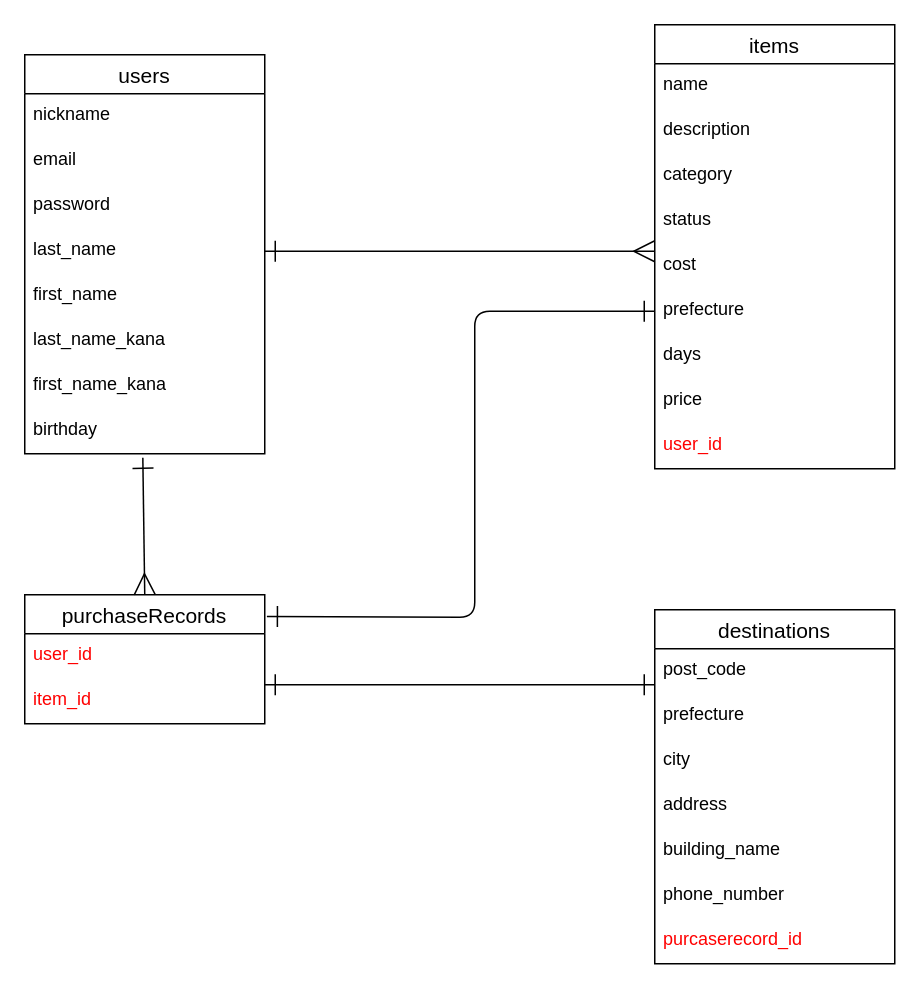
mizupi/furima-37438 keeps this draw.io diagram as er_image.dio. Above is the earlier version. Source tidied: cells renumbered, new cells numbered last; positions are measured from the earlier drawing's top-left corner, leaving out a move shared by most shapes. Both pictures are drawn from the tidied source at 150%, with x=0, y=0 at pixel (24, 24).
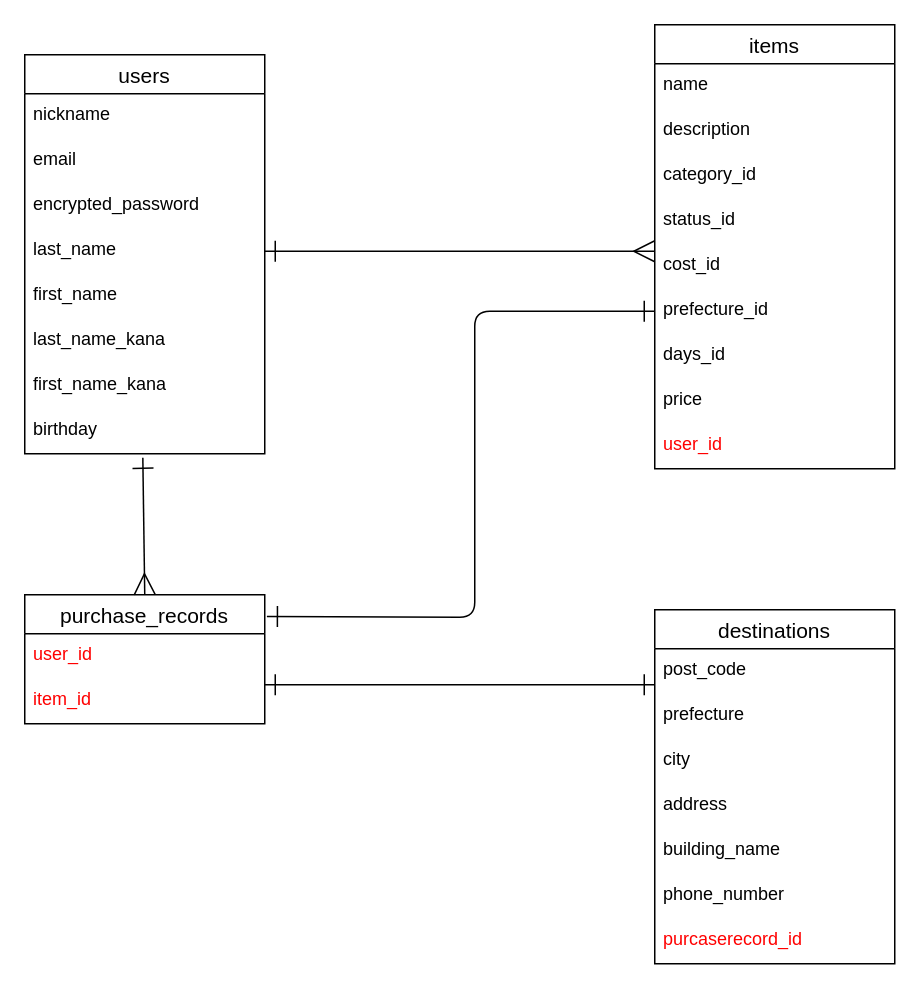
The same page after the edit.

Unchanged cells that the change refers to:
```xml
<mxCell id="2" value="users" style="swimlane;fontStyle=0;horizontal=1;startSize=26;align=center;fontSize=14;" parent="1" vertex="1">
  <mxGeometry y="20" width="160" height="266" as="geometry" />
</mxCell>
<mxCell id="11" value="items" style="swimlane;fontStyle=0;horizontal=1;startSize=26;align=center;fontSize=14;" parent="1" vertex="1">
  <mxGeometry x="420" width="160" height="296" as="geometry" />
</mxCell>
```

Diff of the diagram source:
```diff
@@
-    <mxCell id="5" value="password" style="text;strokeColor=none;fillColor=none;spacingLeft=4;spacingRight=4;overflow=hidden;fontSize=12;" parent="2" vertex="1">
+    <mxCell id="5" value="encrypted_password" style="text;strokeColor=none;fillColor=none;spacingLeft=4;spacingRight=4;overflow=hidden;fontSize=12;" parent="2" vertex="1">
       <mxGeometry y="86" width="160" height="30" as="geometry" />
     </mxCell>
@@
-    <mxCell id="14" value="category" style="text;strokeColor=none;fillColor=none;spacingLeft=4;spacingRight=4;overflow=hidden;fontSize=12;" parent="11" vertex="1">
+    <mxCell id="14" value="category_id" style="text;strokeColor=none;fillColor=none;spacingLeft=4;spacingRight=4;overflow=hidden;fontSize=12;" parent="11" vertex="1">
       <mxGeometry y="86" width="160" height="30" as="geometry" />
     </mxCell>
-    <mxCell id="15" value="status" style="text;strokeColor=none;fillColor=none;spacingLeft=4;spacingRight=4;overflow=hidden;fontSize=12;" parent="11" vertex="1">
+    <mxCell id="15" value="status_id" style="text;strokeColor=none;fillColor=none;spacingLeft=4;spacingRight=4;overflow=hidden;fontSize=12;" parent="11" vertex="1">
       <mxGeometry y="116" width="160" height="30" as="geometry" />
     </mxCell>
-    <mxCell id="16" value="cost" style="text;strokeColor=none;fillColor=none;spacingLeft=4;spacingRight=4;overflow=hidden;points=[[0,0.5],[1,0.5]];portConstraint=eastwest;fontSize=12;" parent="11" vertex="1">
+    <mxCell id="16" value="cost_id" style="text;strokeColor=none;fillColor=none;spacingLeft=4;spacingRight=4;overflow=hidden;points=[[0,0.5],[1,0.5]];portConstraint=eastwest;fontSize=12;" parent="11" vertex="1">
       <mxGeometry y="146" width="160" height="30" as="geometry" />
     </mxCell>
-    <mxCell id="17" value="prefecture" style="text;strokeColor=none;fillColor=none;spacingLeft=4;spacingRight=4;overflow=hidden;points=[[0,0.5],[1,0.5]];portConstraint=eastwest;fontSize=12;" parent="11" vertex="1">
+    <mxCell id="17" value="prefecture_id" style="text;strokeColor=none;fillColor=none;spacingLeft=4;spacingRight=4;overflow=hidden;points=[[0,0.5],[1,0.5]];portConstraint=eastwest;fontSize=12;" parent="11" vertex="1">
       <mxGeometry y="176" width="160" height="30" as="geometry" />
     </mxCell>
-    <mxCell id="18" value="days" style="text;strokeColor=none;fillColor=none;spacingLeft=4;spacingRight=4;overflow=hidden;fontSize=12;" parent="11" vertex="1">
+    <mxCell id="18" value="days_id" style="text;strokeColor=none;fillColor=none;spacingLeft=4;spacingRight=4;overflow=hidden;fontSize=12;" parent="11" vertex="1">
       <mxGeometry y="206" width="160" height="30" as="geometry" />
     </mxCell>
@@
-    <mxCell id="21" value="purchaseRecords" style="swimlane;fontStyle=0;horizontal=1;startSize=26;align=center;fontSize=14;fontColor=default;" parent="1" vertex="1">
+    <mxCell id="21" value="purchase_records" style="swimlane;fontStyle=0;horizontal=1;startSize=26;align=center;fontSize=14;fontColor=default;" parent="1" vertex="1">
       <mxGeometry y="380" width="160" height="86" as="geometry" />
     </mxCell>
```
